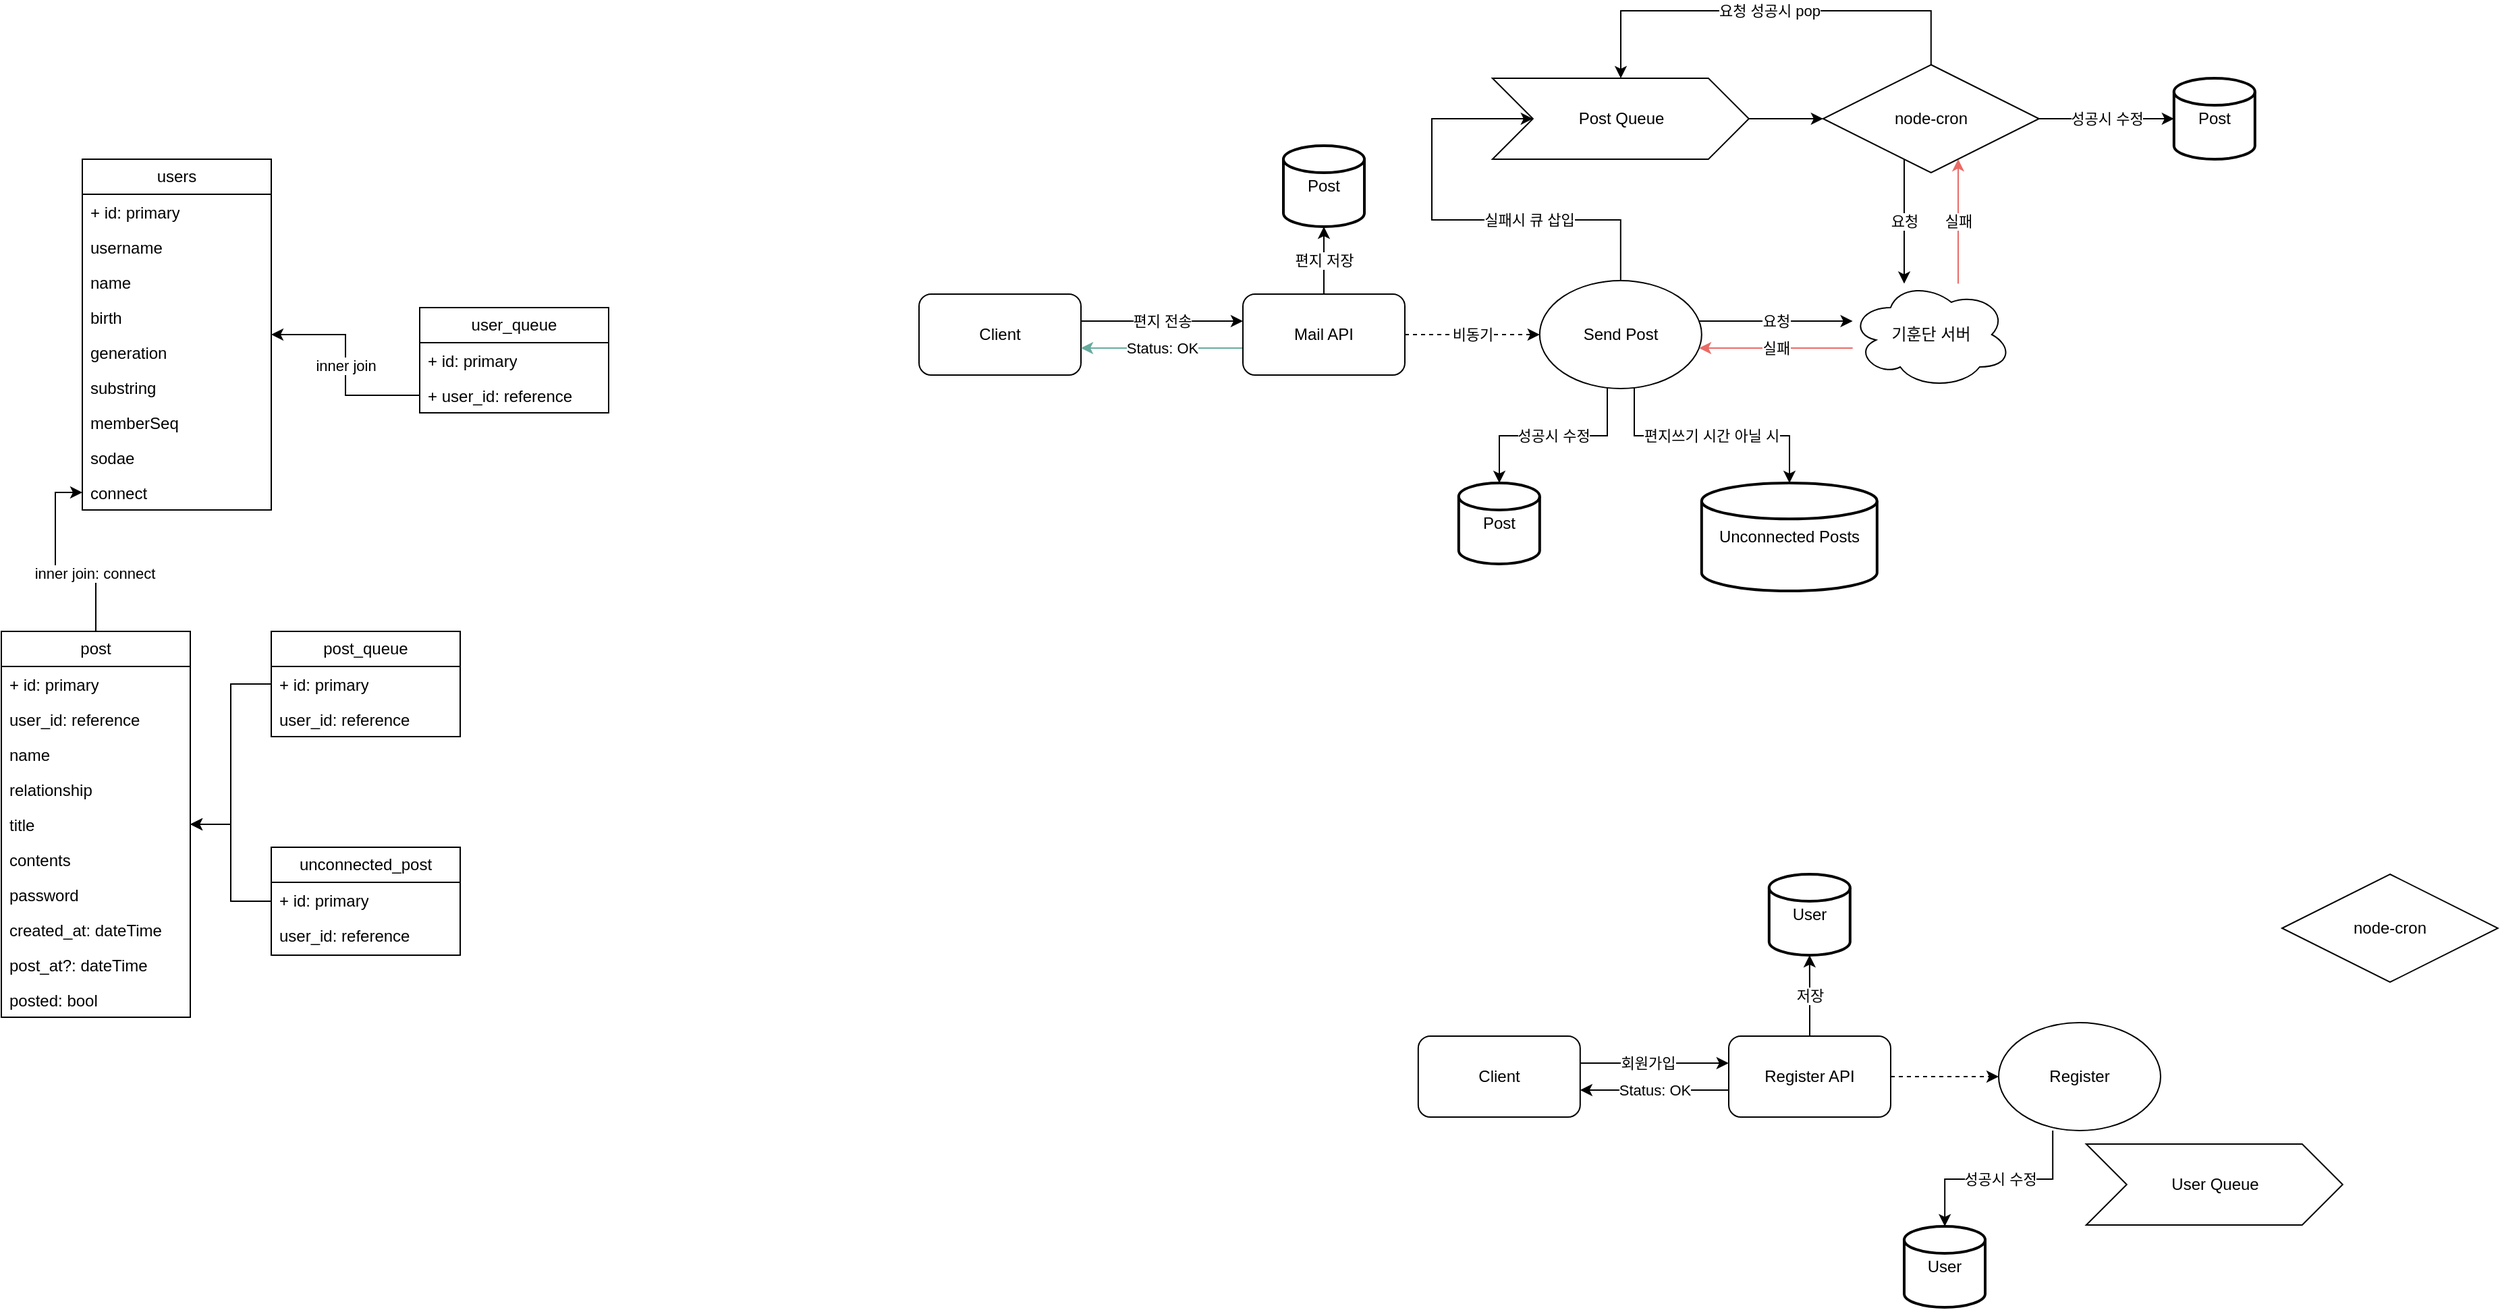
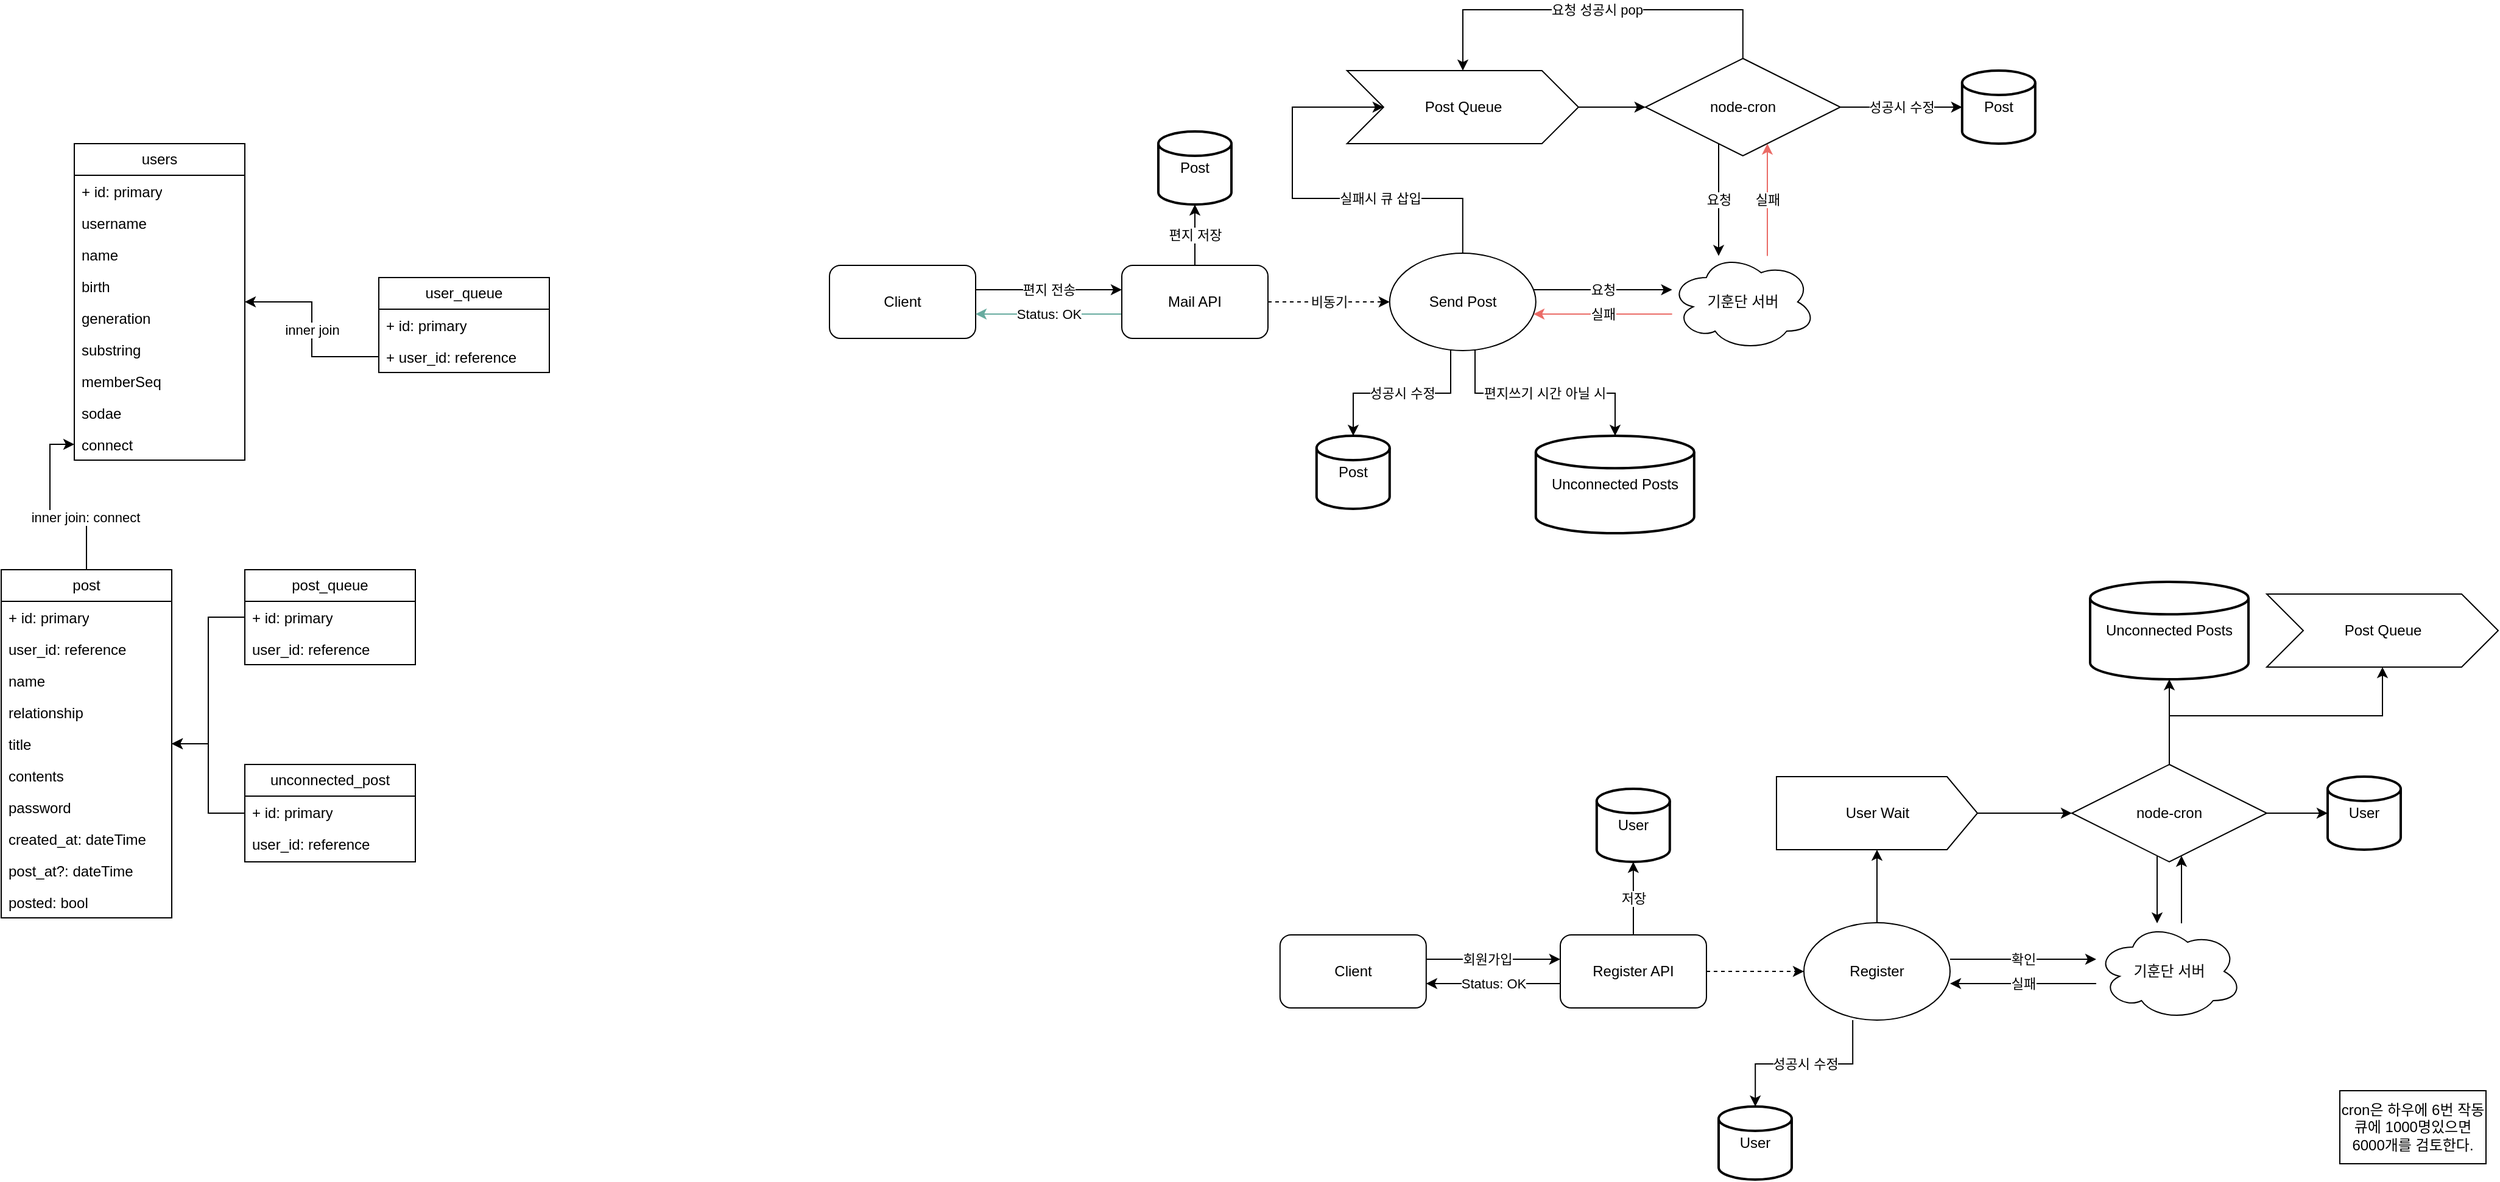
- <mxfile host="app.diagrams.net" modified="2024-04-08T14:36:32.061Z" agent="Mozilla/5.0 (X11; Linux x86_64) AppleWebKit/537.36 (KHTML, like Gecko) Chrome/109.0.0.0 Safari/537.36" etag="P0kEHfpWWUKo5fZqViwO" version="24.2.2" type="github">
+ <mxfile host="app.diagrams.net" modified="2024-04-08T14:46:49.970Z" agent="Mozilla/5.0 (X11; Linux x86_64) AppleWebKit/537.36 (KHTML, like Gecko) Chrome/109.0.0.0 Safari/537.36" etag="leBQNOESrOK4j2m4dF1L" version="24.2.2" type="github">
  <diagram name="페이지-1" id="YYIqQqlZSumYDMB_ZiYN">
    <mxGraphModel dx="1434" dy="776" grid="1" gridSize="10" guides="1" tooltips="1" connect="1" arrows="1" fold="1" page="1" pageScale="1" pageWidth="827" pageHeight="1169" math="0" shadow="0">
      <root>
        <mxCell id="0" />
        <mxCell id="1" parent="0" />
        <mxCell id="AZsRamwOxZUp80OkMe_C-2" value="users" style="swimlane;fontStyle=0;childLayout=stackLayout;horizontal=1;startSize=26;fillColor=none;horizontalStack=0;resizeParent=1;resizeParentMax=0;resizeLast=0;collapsible=1;marginBottom=0;whiteSpace=wrap;html=1;" parent="1" vertex="1">
          <mxGeometry x="140" y="250" width="140" height="260" as="geometry" />
        </mxCell>
        <mxCell id="AZsRamwOxZUp80OkMe_C-3" value="+ id: primary" style="text;strokeColor=none;fillColor=none;align=left;verticalAlign=top;spacingLeft=4;spacingRight=4;overflow=hidden;rotatable=0;points=[[0,0.5],[1,0.5]];portConstraint=eastwest;whiteSpace=wrap;html=1;" parent="AZsRamwOxZUp80OkMe_C-2" vertex="1">
          <mxGeometry y="26" width="140" height="26" as="geometry" />
        </mxCell>
        <mxCell id="AZsRamwOxZUp80OkMe_C-4" value="username" style="text;strokeColor=none;fillColor=none;align=left;verticalAlign=top;spacingLeft=4;spacingRight=4;overflow=hidden;rotatable=0;points=[[0,0.5],[1,0.5]];portConstraint=eastwest;whiteSpace=wrap;html=1;" parent="AZsRamwOxZUp80OkMe_C-2" vertex="1">
          <mxGeometry y="52" width="140" height="26" as="geometry" />
        </mxCell>
        <mxCell id="AZsRamwOxZUp80OkMe_C-5" value="name" style="text;strokeColor=none;fillColor=none;align=left;verticalAlign=top;spacingLeft=4;spacingRight=4;overflow=hidden;rotatable=0;points=[[0,0.5],[1,0.5]];portConstraint=eastwest;whiteSpace=wrap;html=1;" parent="AZsRamwOxZUp80OkMe_C-2" vertex="1">
          <mxGeometry y="78" width="140" height="26" as="geometry" />
        </mxCell>
        <mxCell id="AZsRamwOxZUp80OkMe_C-10" value="birth" style="text;strokeColor=none;fillColor=none;align=left;verticalAlign=top;spacingLeft=4;spacingRight=4;overflow=hidden;rotatable=0;points=[[0,0.5],[1,0.5]];portConstraint=eastwest;whiteSpace=wrap;html=1;" parent="AZsRamwOxZUp80OkMe_C-2" vertex="1">
          <mxGeometry y="104" width="140" height="26" as="geometry" />
        </mxCell>
        <mxCell id="AZsRamwOxZUp80OkMe_C-11" value="generation" style="text;strokeColor=none;fillColor=none;align=left;verticalAlign=top;spacingLeft=4;spacingRight=4;overflow=hidden;rotatable=0;points=[[0,0.5],[1,0.5]];portConstraint=eastwest;whiteSpace=wrap;html=1;" parent="AZsRamwOxZUp80OkMe_C-2" vertex="1">
          <mxGeometry y="130" width="140" height="26" as="geometry" />
        </mxCell>
        <mxCell id="AZsRamwOxZUp80OkMe_C-12" value="substring" style="text;strokeColor=none;fillColor=none;align=left;verticalAlign=top;spacingLeft=4;spacingRight=4;overflow=hidden;rotatable=0;points=[[0,0.5],[1,0.5]];portConstraint=eastwest;whiteSpace=wrap;html=1;" parent="AZsRamwOxZUp80OkMe_C-2" vertex="1">
          <mxGeometry y="156" width="140" height="26" as="geometry" />
        </mxCell>
        <mxCell id="AZsRamwOxZUp80OkMe_C-15" value="memberSeq" style="text;strokeColor=none;fillColor=none;align=left;verticalAlign=top;spacingLeft=4;spacingRight=4;overflow=hidden;rotatable=0;points=[[0,0.5],[1,0.5]];portConstraint=eastwest;whiteSpace=wrap;html=1;" parent="AZsRamwOxZUp80OkMe_C-2" vertex="1">
          <mxGeometry y="182" width="140" height="26" as="geometry" />
        </mxCell>
        <mxCell id="AZsRamwOxZUp80OkMe_C-14" value="sodae" style="text;strokeColor=none;fillColor=none;align=left;verticalAlign=top;spacingLeft=4;spacingRight=4;overflow=hidden;rotatable=0;points=[[0,0.5],[1,0.5]];portConstraint=eastwest;whiteSpace=wrap;html=1;" parent="AZsRamwOxZUp80OkMe_C-2" vertex="1">
          <mxGeometry y="208" width="140" height="26" as="geometry" />
        </mxCell>
        <mxCell id="AZsRamwOxZUp80OkMe_C-16" value="connect" style="text;strokeColor=none;fillColor=none;align=left;verticalAlign=top;spacingLeft=4;spacingRight=4;overflow=hidden;rotatable=0;points=[[0,0.5],[1,0.5]];portConstraint=eastwest;whiteSpace=wrap;html=1;" parent="AZsRamwOxZUp80OkMe_C-2" vertex="1">
          <mxGeometry y="234" width="140" height="26" as="geometry" />
        </mxCell>
        <mxCell id="AZsRamwOxZUp80OkMe_C-6" value="user_queue" style="swimlane;fontStyle=0;childLayout=stackLayout;horizontal=1;startSize=26;fillColor=none;horizontalStack=0;resizeParent=1;resizeParentMax=0;resizeLast=0;collapsible=1;marginBottom=0;whiteSpace=wrap;html=1;" parent="1" vertex="1">
          <mxGeometry x="390" y="360" width="140" height="78" as="geometry" />
        </mxCell>
        <mxCell id="AZsRamwOxZUp80OkMe_C-18" value="+ id: primary" style="text;strokeColor=none;fillColor=none;align=left;verticalAlign=top;spacingLeft=4;spacingRight=4;overflow=hidden;rotatable=0;points=[[0,0.5],[1,0.5]];portConstraint=eastwest;whiteSpace=wrap;html=1;" parent="AZsRamwOxZUp80OkMe_C-6" vertex="1">
          <mxGeometry y="26" width="140" height="26" as="geometry" />
        </mxCell>
        <mxCell id="AZsRamwOxZUp80OkMe_C-7" value="+ user_id: reference" style="text;strokeColor=none;fillColor=none;align=left;verticalAlign=top;spacingLeft=4;spacingRight=4;overflow=hidden;rotatable=0;points=[[0,0.5],[1,0.5]];portConstraint=eastwest;whiteSpace=wrap;html=1;" parent="AZsRamwOxZUp80OkMe_C-6" vertex="1">
          <mxGeometry y="52" width="140" height="26" as="geometry" />
        </mxCell>
        <mxCell id="AZsRamwOxZUp80OkMe_C-19" value="inner join" style="edgeStyle=orthogonalEdgeStyle;rounded=0;orthogonalLoop=1;jettySize=auto;html=1;" parent="1" source="AZsRamwOxZUp80OkMe_C-7" target="AZsRamwOxZUp80OkMe_C-2" edge="1">
          <mxGeometry relative="1" as="geometry" />
        </mxCell>
        <mxCell id="F6sanjwA14LKa2ckui42-2" style="edgeStyle=orthogonalEdgeStyle;rounded=0;orthogonalLoop=1;jettySize=auto;html=1;" parent="1" source="AZsRamwOxZUp80OkMe_C-20" target="AZsRamwOxZUp80OkMe_C-16" edge="1">
          <mxGeometry relative="1" as="geometry" />
        </mxCell>
        <mxCell id="F6sanjwA14LKa2ckui42-3" value="inner join: connect" style="edgeLabel;html=1;align=center;verticalAlign=middle;resizable=0;points=[];" parent="F6sanjwA14LKa2ckui42-2" vertex="1" connectable="0">
          <mxGeometry x="-0.4284" y="1" relative="1" as="geometry">
            <mxPoint as="offset" />
          </mxGeometry>
        </mxCell>
        <mxCell id="AZsRamwOxZUp80OkMe_C-20" value="post" style="swimlane;fontStyle=0;childLayout=stackLayout;horizontal=1;startSize=26;fillColor=none;horizontalStack=0;resizeParent=1;resizeParentMax=0;resizeLast=0;collapsible=1;marginBottom=0;whiteSpace=wrap;html=1;" parent="1" vertex="1">
          <mxGeometry x="80" y="600" width="140" height="286" as="geometry" />
        </mxCell>
        <mxCell id="AZsRamwOxZUp80OkMe_C-21" value="+ id: primary" style="text;strokeColor=none;fillColor=none;align=left;verticalAlign=top;spacingLeft=4;spacingRight=4;overflow=hidden;rotatable=0;points=[[0,0.5],[1,0.5]];portConstraint=eastwest;whiteSpace=wrap;html=1;" parent="AZsRamwOxZUp80OkMe_C-20" vertex="1">
          <mxGeometry y="26" width="140" height="26" as="geometry" />
        </mxCell>
        <mxCell id="AZsRamwOxZUp80OkMe_C-22" value="user_id: reference" style="text;strokeColor=none;fillColor=none;align=left;verticalAlign=top;spacingLeft=4;spacingRight=4;overflow=hidden;rotatable=0;points=[[0,0.5],[1,0.5]];portConstraint=eastwest;whiteSpace=wrap;html=1;" parent="AZsRamwOxZUp80OkMe_C-20" vertex="1">
          <mxGeometry y="52" width="140" height="26" as="geometry" />
        </mxCell>
        <mxCell id="AZsRamwOxZUp80OkMe_C-23" value="name" style="text;strokeColor=none;fillColor=none;align=left;verticalAlign=top;spacingLeft=4;spacingRight=4;overflow=hidden;rotatable=0;points=[[0,0.5],[1,0.5]];portConstraint=eastwest;whiteSpace=wrap;html=1;" parent="AZsRamwOxZUp80OkMe_C-20" vertex="1">
          <mxGeometry y="78" width="140" height="26" as="geometry" />
        </mxCell>
        <mxCell id="AZsRamwOxZUp80OkMe_C-24" value="relationship" style="text;strokeColor=none;fillColor=none;align=left;verticalAlign=top;spacingLeft=4;spacingRight=4;overflow=hidden;rotatable=0;points=[[0,0.5],[1,0.5]];portConstraint=eastwest;whiteSpace=wrap;html=1;" parent="AZsRamwOxZUp80OkMe_C-20" vertex="1">
          <mxGeometry y="104" width="140" height="26" as="geometry" />
        </mxCell>
        <mxCell id="AZsRamwOxZUp80OkMe_C-25" value="title" style="text;strokeColor=none;fillColor=none;align=left;verticalAlign=top;spacingLeft=4;spacingRight=4;overflow=hidden;rotatable=0;points=[[0,0.5],[1,0.5]];portConstraint=eastwest;whiteSpace=wrap;html=1;" parent="AZsRamwOxZUp80OkMe_C-20" vertex="1">
          <mxGeometry y="130" width="140" height="26" as="geometry" />
        </mxCell>
        <mxCell id="AZsRamwOxZUp80OkMe_C-26" value="contents" style="text;strokeColor=none;fillColor=none;align=left;verticalAlign=top;spacingLeft=4;spacingRight=4;overflow=hidden;rotatable=0;points=[[0,0.5],[1,0.5]];portConstraint=eastwest;whiteSpace=wrap;html=1;" parent="AZsRamwOxZUp80OkMe_C-20" vertex="1">
          <mxGeometry y="156" width="140" height="26" as="geometry" />
        </mxCell>
        <mxCell id="AZsRamwOxZUp80OkMe_C-27" value="password" style="text;strokeColor=none;fillColor=none;align=left;verticalAlign=top;spacingLeft=4;spacingRight=4;overflow=hidden;rotatable=0;points=[[0,0.5],[1,0.5]];portConstraint=eastwest;whiteSpace=wrap;html=1;" parent="AZsRamwOxZUp80OkMe_C-20" vertex="1">
          <mxGeometry y="182" width="140" height="26" as="geometry" />
        </mxCell>
        <mxCell id="AZsRamwOxZUp80OkMe_C-28" value="created_at: dateTime" style="text;strokeColor=none;fillColor=none;align=left;verticalAlign=top;spacingLeft=4;spacingRight=4;overflow=hidden;rotatable=0;points=[[0,0.5],[1,0.5]];portConstraint=eastwest;whiteSpace=wrap;html=1;" parent="AZsRamwOxZUp80OkMe_C-20" vertex="1">
          <mxGeometry y="208" width="140" height="26" as="geometry" />
        </mxCell>
        <mxCell id="AZsRamwOxZUp80OkMe_C-41" value="post_at?: dateTime" style="text;strokeColor=none;fillColor=none;align=left;verticalAlign=top;spacingLeft=4;spacingRight=4;overflow=hidden;rotatable=0;points=[[0,0.5],[1,0.5]];portConstraint=eastwest;whiteSpace=wrap;html=1;" parent="AZsRamwOxZUp80OkMe_C-20" vertex="1">
          <mxGeometry y="234" width="140" height="26" as="geometry" />
        </mxCell>
        <mxCell id="AZsRamwOxZUp80OkMe_C-42" value="posted: bool" style="text;strokeColor=none;fillColor=none;align=left;verticalAlign=top;spacingLeft=4;spacingRight=4;overflow=hidden;rotatable=0;points=[[0,0.5],[1,0.5]];portConstraint=eastwest;whiteSpace=wrap;html=1;" parent="AZsRamwOxZUp80OkMe_C-20" vertex="1">
          <mxGeometry y="260" width="140" height="26" as="geometry" />
        </mxCell>
        <mxCell id="F6sanjwA14LKa2ckui42-4" style="edgeStyle=orthogonalEdgeStyle;rounded=0;orthogonalLoop=1;jettySize=auto;html=1;" parent="1" source="AZsRamwOxZUp80OkMe_C-30" target="AZsRamwOxZUp80OkMe_C-20" edge="1">
          <mxGeometry relative="1" as="geometry" />
        </mxCell>
        <mxCell id="AZsRamwOxZUp80OkMe_C-30" value="post_queue" style="swimlane;fontStyle=0;childLayout=stackLayout;horizontal=1;startSize=26;fillColor=none;horizontalStack=0;resizeParent=1;resizeParentMax=0;resizeLast=0;collapsible=1;marginBottom=0;whiteSpace=wrap;html=1;" parent="1" vertex="1">
          <mxGeometry x="280" y="600" width="140" height="78" as="geometry" />
        </mxCell>
        <mxCell id="AZsRamwOxZUp80OkMe_C-31" value="+ id: primary" style="text;strokeColor=none;fillColor=none;align=left;verticalAlign=top;spacingLeft=4;spacingRight=4;overflow=hidden;rotatable=0;points=[[0,0.5],[1,0.5]];portConstraint=eastwest;whiteSpace=wrap;html=1;" parent="AZsRamwOxZUp80OkMe_C-30" vertex="1">
          <mxGeometry y="26" width="140" height="26" as="geometry" />
        </mxCell>
        <mxCell id="AZsRamwOxZUp80OkMe_C-32" value="user_id: reference" style="text;strokeColor=none;fillColor=none;align=left;verticalAlign=top;spacingLeft=4;spacingRight=4;overflow=hidden;rotatable=0;points=[[0,0.5],[1,0.5]];portConstraint=eastwest;whiteSpace=wrap;html=1;" parent="AZsRamwOxZUp80OkMe_C-30" vertex="1">
          <mxGeometry y="52" width="140" height="26" as="geometry" />
        </mxCell>
        <mxCell id="F6sanjwA14LKa2ckui42-5" style="edgeStyle=orthogonalEdgeStyle;rounded=0;orthogonalLoop=1;jettySize=auto;html=1;" parent="1" source="AZsRamwOxZUp80OkMe_C-46" target="AZsRamwOxZUp80OkMe_C-20" edge="1">
          <mxGeometry relative="1" as="geometry" />
        </mxCell>
        <mxCell id="AZsRamwOxZUp80OkMe_C-46" value="unconnected_post" style="swimlane;fontStyle=0;childLayout=stackLayout;horizontal=1;startSize=26;fillColor=none;horizontalStack=0;resizeParent=1;resizeParentMax=0;resizeLast=0;collapsible=1;marginBottom=0;whiteSpace=wrap;html=1;" parent="1" vertex="1">
          <mxGeometry x="280" y="760" width="140" height="80" as="geometry" />
        </mxCell>
        <mxCell id="AZsRamwOxZUp80OkMe_C-47" value="+ id: primary" style="text;strokeColor=none;fillColor=none;align=left;verticalAlign=top;spacingLeft=4;spacingRight=4;overflow=hidden;rotatable=0;points=[[0,0.5],[1,0.5]];portConstraint=eastwest;whiteSpace=wrap;html=1;" parent="AZsRamwOxZUp80OkMe_C-46" vertex="1">
          <mxGeometry y="26" width="140" height="26" as="geometry" />
        </mxCell>
        <mxCell id="AZsRamwOxZUp80OkMe_C-48" value="user_id: reference" style="text;strokeColor=none;fillColor=none;align=left;verticalAlign=top;spacingLeft=4;spacingRight=4;overflow=hidden;rotatable=0;points=[[0,0.5],[1,0.5]];portConstraint=eastwest;whiteSpace=wrap;html=1;" parent="AZsRamwOxZUp80OkMe_C-46" vertex="1">
          <mxGeometry y="52" width="140" height="28" as="geometry" />
        </mxCell>
        <mxCell id="TXcI-fBlLuWAS2TPfB02-3" value="요청" style="edgeStyle=orthogonalEdgeStyle;rounded=0;orthogonalLoop=1;jettySize=auto;html=1;" edge="1" parent="1" source="TXcI-fBlLuWAS2TPfB02-1" target="TXcI-fBlLuWAS2TPfB02-2">
          <mxGeometry relative="1" as="geometry">
            <Array as="points">
              <mxPoint x="1389.91" y="370" />
              <mxPoint x="1389.91" y="370" />
            </Array>
          </mxGeometry>
        </mxCell>
        <mxCell id="TXcI-fBlLuWAS2TPfB02-5" value="" style="edgeStyle=orthogonalEdgeStyle;rounded=0;orthogonalLoop=1;jettySize=auto;html=1;entryX=0;entryY=0.5;entryDx=30;entryDy=0;entryPerimeter=0;curved=0;" edge="1" parent="1" source="TXcI-fBlLuWAS2TPfB02-1" target="TXcI-fBlLuWAS2TPfB02-9">
          <mxGeometry relative="1" as="geometry">
            <mxPoint x="1279.91" y="280" as="targetPoint" />
            <Array as="points">
              <mxPoint x="1280" y="295" />
              <mxPoint x="1140" y="295" />
              <mxPoint x="1140" y="220" />
            </Array>
          </mxGeometry>
        </mxCell>
        <mxCell id="TXcI-fBlLuWAS2TPfB02-33" value="실패시 큐 삽입" style="edgeLabel;html=1;align=center;verticalAlign=middle;resizable=0;points=[];" vertex="1" connectable="0" parent="TXcI-fBlLuWAS2TPfB02-5">
          <mxGeometry x="-0.3238" relative="1" as="geometry">
            <mxPoint as="offset" />
          </mxGeometry>
        </mxCell>
        <mxCell id="TXcI-fBlLuWAS2TPfB02-31" value="성공시 수정" style="edgeStyle=orthogonalEdgeStyle;rounded=0;orthogonalLoop=1;jettySize=auto;html=1;" edge="1" parent="1" source="TXcI-fBlLuWAS2TPfB02-1" target="TXcI-fBlLuWAS2TPfB02-29">
          <mxGeometry relative="1" as="geometry">
            <Array as="points">
              <mxPoint x="1270" y="455" />
              <mxPoint x="1190" y="455" />
            </Array>
          </mxGeometry>
        </mxCell>
        <mxCell id="TXcI-fBlLuWAS2TPfB02-51" value="편지쓰기 시간 아닐 시" style="edgeStyle=orthogonalEdgeStyle;rounded=0;orthogonalLoop=1;jettySize=auto;html=1;" edge="1" parent="1" source="TXcI-fBlLuWAS2TPfB02-1" target="TXcI-fBlLuWAS2TPfB02-50">
          <mxGeometry relative="1" as="geometry">
            <Array as="points">
              <mxPoint x="1290" y="455" />
              <mxPoint x="1405" y="455" />
            </Array>
          </mxGeometry>
        </mxCell>
        <mxCell id="TXcI-fBlLuWAS2TPfB02-1" value="Send Post" style="ellipse;whiteSpace=wrap;html=1;" vertex="1" parent="1">
          <mxGeometry x="1219.91" y="340" width="120" height="80" as="geometry" />
        </mxCell>
        <mxCell id="TXcI-fBlLuWAS2TPfB02-6" value="실패" style="edgeStyle=orthogonalEdgeStyle;rounded=0;orthogonalLoop=1;jettySize=auto;html=1;strokeColor=#EA6B66;" edge="1" parent="1" source="TXcI-fBlLuWAS2TPfB02-2" target="TXcI-fBlLuWAS2TPfB02-1">
          <mxGeometry relative="1" as="geometry">
            <Array as="points">
              <mxPoint x="1389.91" y="390" />
              <mxPoint x="1389.91" y="390" />
            </Array>
          </mxGeometry>
        </mxCell>
        <mxCell id="TXcI-fBlLuWAS2TPfB02-35" value="실패" style="edgeStyle=orthogonalEdgeStyle;rounded=0;orthogonalLoop=1;jettySize=auto;html=1;strokeColor=#EA6B66;" edge="1" parent="1" source="TXcI-fBlLuWAS2TPfB02-2" target="TXcI-fBlLuWAS2TPfB02-27">
          <mxGeometry relative="1" as="geometry">
            <Array as="points">
              <mxPoint x="1530" y="300" />
              <mxPoint x="1530" y="300" />
            </Array>
          </mxGeometry>
        </mxCell>
        <mxCell id="TXcI-fBlLuWAS2TPfB02-2" value="기훈단 서버" style="ellipse;shape=cloud;whiteSpace=wrap;html=1;" vertex="1" parent="1">
          <mxGeometry x="1449.91" y="340" width="120" height="80" as="geometry" />
        </mxCell>
        <mxCell id="TXcI-fBlLuWAS2TPfB02-11" style="edgeStyle=orthogonalEdgeStyle;rounded=0;orthogonalLoop=1;jettySize=auto;html=1;" edge="1" parent="1" source="TXcI-fBlLuWAS2TPfB02-9" target="TXcI-fBlLuWAS2TPfB02-27">
          <mxGeometry relative="1" as="geometry">
            <mxPoint x="1449.9099999999999" y="220" as="targetPoint" />
            <Array as="points" />
          </mxGeometry>
        </mxCell>
        <mxCell id="TXcI-fBlLuWAS2TPfB02-9" value="Post Queue" style="html=1;shadow=0;dashed=0;align=center;verticalAlign=middle;shape=mxgraph.arrows2.arrow;dy=0;dx=30;notch=30;" vertex="1" parent="1">
          <mxGeometry x="1184.91" y="190" width="190" height="60" as="geometry" />
        </mxCell>
        <mxCell id="TXcI-fBlLuWAS2TPfB02-13" value="요청" style="edgeStyle=orthogonalEdgeStyle;rounded=0;orthogonalLoop=1;jettySize=auto;html=1;" edge="1" parent="1" source="TXcI-fBlLuWAS2TPfB02-27" target="TXcI-fBlLuWAS2TPfB02-2">
          <mxGeometry relative="1" as="geometry">
            <mxPoint x="1509.9099999999999" y="250" as="sourcePoint" />
            <Array as="points">
              <mxPoint x="1490" y="290" />
              <mxPoint x="1490" y="290" />
            </Array>
          </mxGeometry>
        </mxCell>
        <mxCell id="TXcI-fBlLuWAS2TPfB02-15" value="성공시 수정" style="edgeStyle=orthogonalEdgeStyle;rounded=0;orthogonalLoop=1;jettySize=auto;html=1;" edge="1" parent="1" source="TXcI-fBlLuWAS2TPfB02-27" target="TXcI-fBlLuWAS2TPfB02-14">
          <mxGeometry relative="1" as="geometry">
            <mxPoint x="1569.9099999999999" y="220" as="sourcePoint" />
            <Array as="points" />
          </mxGeometry>
        </mxCell>
        <mxCell id="TXcI-fBlLuWAS2TPfB02-14" value="Post" style="strokeWidth=2;html=1;shape=mxgraph.flowchart.database;whiteSpace=wrap;" vertex="1" parent="1">
          <mxGeometry x="1689.91" y="190" width="60" height="60" as="geometry" />
        </mxCell>
        <mxCell id="TXcI-fBlLuWAS2TPfB02-21" value="편지 전송" style="edgeStyle=orthogonalEdgeStyle;rounded=0;orthogonalLoop=1;jettySize=auto;html=1;" edge="1" parent="1" source="TXcI-fBlLuWAS2TPfB02-19" target="TXcI-fBlLuWAS2TPfB02-22">
          <mxGeometry relative="1" as="geometry">
            <mxPoint x="970" y="380" as="targetPoint" />
            <Array as="points">
              <mxPoint x="960" y="370" />
              <mxPoint x="960" y="370" />
            </Array>
          </mxGeometry>
        </mxCell>
        <mxCell id="TXcI-fBlLuWAS2TPfB02-19" value="Client" style="rounded=1;whiteSpace=wrap;html=1;" vertex="1" parent="1">
          <mxGeometry x="760" y="350" width="120" height="60" as="geometry" />
        </mxCell>
        <mxCell id="TXcI-fBlLuWAS2TPfB02-20" value="Post" style="strokeWidth=2;html=1;shape=mxgraph.flowchart.database;whiteSpace=wrap;" vertex="1" parent="1">
          <mxGeometry x="1030" y="240" width="60" height="60" as="geometry" />
        </mxCell>
        <mxCell id="TXcI-fBlLuWAS2TPfB02-23" value="편지 저장" style="edgeStyle=orthogonalEdgeStyle;rounded=0;orthogonalLoop=1;jettySize=auto;html=1;" edge="1" parent="1" source="TXcI-fBlLuWAS2TPfB02-22" target="TXcI-fBlLuWAS2TPfB02-20">
          <mxGeometry relative="1" as="geometry" />
        </mxCell>
        <mxCell id="TXcI-fBlLuWAS2TPfB02-24" value="비동기" style="edgeStyle=orthogonalEdgeStyle;rounded=0;orthogonalLoop=1;jettySize=auto;html=1;dashed=1;" edge="1" parent="1" source="TXcI-fBlLuWAS2TPfB02-22" target="TXcI-fBlLuWAS2TPfB02-1">
          <mxGeometry relative="1" as="geometry" />
        </mxCell>
        <mxCell id="TXcI-fBlLuWAS2TPfB02-26" value="Status: OK" style="edgeStyle=orthogonalEdgeStyle;rounded=0;orthogonalLoop=1;jettySize=auto;html=1;strokeColor=#67AB9F;" edge="1" parent="1" source="TXcI-fBlLuWAS2TPfB02-22" target="TXcI-fBlLuWAS2TPfB02-19">
          <mxGeometry relative="1" as="geometry">
            <Array as="points">
              <mxPoint x="960" y="390" />
              <mxPoint x="960" y="390" />
            </Array>
          </mxGeometry>
        </mxCell>
        <mxCell id="TXcI-fBlLuWAS2TPfB02-22" value="Mail API" style="rounded=1;whiteSpace=wrap;html=1;" vertex="1" parent="1">
          <mxGeometry x="1000" y="350" width="120" height="60" as="geometry" />
        </mxCell>
        <mxCell id="TXcI-fBlLuWAS2TPfB02-37" value="요청 성공시 pop" style="edgeStyle=orthogonalEdgeStyle;rounded=0;orthogonalLoop=1;jettySize=auto;html=1;" edge="1" parent="1" source="TXcI-fBlLuWAS2TPfB02-27" target="TXcI-fBlLuWAS2TPfB02-9">
          <mxGeometry relative="1" as="geometry">
            <Array as="points">
              <mxPoint x="1510" y="140" />
              <mxPoint x="1280" y="140" />
            </Array>
          </mxGeometry>
        </mxCell>
        <mxCell id="TXcI-fBlLuWAS2TPfB02-27" value="node-cron" style="rhombus;whiteSpace=wrap;html=1;" vertex="1" parent="1">
          <mxGeometry x="1429.91" y="180" width="160" height="80" as="geometry" />
        </mxCell>
        <mxCell id="TXcI-fBlLuWAS2TPfB02-29" value="Post" style="strokeWidth=2;html=1;shape=mxgraph.flowchart.database;whiteSpace=wrap;" vertex="1" parent="1">
          <mxGeometry x="1159.91" y="490" width="60" height="60" as="geometry" />
        </mxCell>
        <mxCell id="TXcI-fBlLuWAS2TPfB02-50" value="&lt;span style=&quot;white-space: nowrap;&quot;&gt;Unconnected Posts&lt;/span&gt;" style="strokeWidth=2;html=1;shape=mxgraph.flowchart.database;whiteSpace=wrap;" vertex="1" parent="1">
          <mxGeometry x="1339.91" y="490" width="130" height="80" as="geometry" />
        </mxCell>
        <mxCell id="TXcI-fBlLuWAS2TPfB02-55" value="&lt;span style=&quot;color: rgb(0, 0, 0); font-family: Helvetica; font-size: 11px; font-style: normal; font-variant-ligatures: normal; font-variant-caps: normal; font-weight: 400; letter-spacing: normal; orphans: 2; text-align: center; text-indent: 0px; text-transform: none; white-space: nowrap; widows: 2; word-spacing: 0px; -webkit-text-stroke-width: 0px; background-color: rgb(255, 255, 255); text-decoration-thickness: initial; text-decoration-style: initial; text-decoration-color: initial; display: inline !important; float: none;&quot;&gt;회원가입&lt;/span&gt;" style="edgeStyle=orthogonalEdgeStyle;rounded=0;orthogonalLoop=1;jettySize=auto;html=1;" edge="1" parent="1">
          <mxGeometry x="-0.0893" relative="1" as="geometry">
            <mxPoint x="1249.91" y="920" as="sourcePoint" />
            <mxPoint x="1359.91" y="920" as="targetPoint" />
            <mxPoint as="offset" />
          </mxGeometry>
        </mxCell>
        <mxCell id="TXcI-fBlLuWAS2TPfB02-53" value="Client" style="rounded=1;whiteSpace=wrap;html=1;" vertex="1" parent="1">
          <mxGeometry x="1129.91" y="900" width="120" height="60" as="geometry" />
        </mxCell>
        <mxCell id="TXcI-fBlLuWAS2TPfB02-57" style="edgeStyle=orthogonalEdgeStyle;rounded=0;orthogonalLoop=1;jettySize=auto;html=1;dashed=1;" edge="1" parent="1" source="TXcI-fBlLuWAS2TPfB02-54" target="TXcI-fBlLuWAS2TPfB02-56">
          <mxGeometry relative="1" as="geometry" />
        </mxCell>
        <mxCell id="TXcI-fBlLuWAS2TPfB02-59" value="Status: OK" style="edgeStyle=orthogonalEdgeStyle;rounded=0;orthogonalLoop=1;jettySize=auto;html=1;" edge="1" parent="1">
          <mxGeometry relative="1" as="geometry">
            <mxPoint x="1360" y="940" as="sourcePoint" />
            <mxPoint x="1249.9100000000003" y="940" as="targetPoint" />
          </mxGeometry>
        </mxCell>
        <mxCell id="TXcI-fBlLuWAS2TPfB02-65" value="저장" style="edgeStyle=orthogonalEdgeStyle;rounded=0;orthogonalLoop=1;jettySize=auto;html=1;" edge="1" parent="1" source="TXcI-fBlLuWAS2TPfB02-54" target="TXcI-fBlLuWAS2TPfB02-64">
          <mxGeometry relative="1" as="geometry" />
        </mxCell>
        <mxCell id="TXcI-fBlLuWAS2TPfB02-54" value="Register API" style="rounded=1;whiteSpace=wrap;html=1;" vertex="1" parent="1">
          <mxGeometry x="1360" y="900" width="120" height="60" as="geometry" />
        </mxCell>
+         <mxCell id="TXcI-fBlLuWAS2TPfB02-67" value="확인" style="edgeStyle=orthogonalEdgeStyle;rounded=0;orthogonalLoop=1;jettySize=auto;html=1;" edge="1" parent="1">
+           <mxGeometry relative="1" as="geometry">
+             <mxPoint x="1680" y="920" as="sourcePoint" />
+             <mxPoint x="1800" y="920" as="targetPoint" />
+           </mxGeometry>
+         </mxCell>
+         <mxCell id="TXcI-fBlLuWAS2TPfB02-69" style="edgeStyle=orthogonalEdgeStyle;rounded=0;orthogonalLoop=1;jettySize=auto;html=1;" edge="1" parent="1" source="TXcI-fBlLuWAS2TPfB02-56" target="TXcI-fBlLuWAS2TPfB02-61">
+           <mxGeometry relative="1" as="geometry" />
+         </mxCell>
        <mxCell id="TXcI-fBlLuWAS2TPfB02-56" value="Register" style="ellipse;whiteSpace=wrap;html=1;" vertex="1" parent="1">
          <mxGeometry x="1560" y="890" width="120" height="80" as="geometry" />
        </mxCell>
+         <mxCell id="TXcI-fBlLuWAS2TPfB02-73" style="edgeStyle=orthogonalEdgeStyle;rounded=0;orthogonalLoop=1;jettySize=auto;html=1;" edge="1" parent="1" source="TXcI-fBlLuWAS2TPfB02-60" target="TXcI-fBlLuWAS2TPfB02-72">
+           <mxGeometry relative="1" as="geometry" />
+         </mxCell>
+         <mxCell id="TXcI-fBlLuWAS2TPfB02-74" style="edgeStyle=orthogonalEdgeStyle;rounded=0;orthogonalLoop=1;jettySize=auto;html=1;" edge="1" parent="1" source="TXcI-fBlLuWAS2TPfB02-60" target="TXcI-fBlLuWAS2TPfB02-66">
+           <mxGeometry relative="1" as="geometry">
+             <Array as="points">
+               <mxPoint x="1850" y="860" />
+               <mxPoint x="1850" y="860" />
+             </Array>
+           </mxGeometry>
+         </mxCell>
+         <mxCell id="TXcI-fBlLuWAS2TPfB02-77" style="edgeStyle=orthogonalEdgeStyle;rounded=0;orthogonalLoop=1;jettySize=auto;html=1;" edge="1" parent="1" source="TXcI-fBlLuWAS2TPfB02-60" target="TXcI-fBlLuWAS2TPfB02-76">
+           <mxGeometry relative="1" as="geometry" />
+         </mxCell>
+         <mxCell id="TXcI-fBlLuWAS2TPfB02-79" style="edgeStyle=orthogonalEdgeStyle;rounded=0;orthogonalLoop=1;jettySize=auto;html=1;" edge="1" parent="1" source="TXcI-fBlLuWAS2TPfB02-60" target="TXcI-fBlLuWAS2TPfB02-78">
+           <mxGeometry relative="1" as="geometry" />
+         </mxCell>
        <mxCell id="TXcI-fBlLuWAS2TPfB02-60" value="node-cron" style="rhombus;whiteSpace=wrap;html=1;" vertex="1" parent="1">
-           <mxGeometry x="1770" y="780" width="160" height="80" as="geometry" />
-         </mxCell>
-         <mxCell id="TXcI-fBlLuWAS2TPfB02-61" value="User Queue" style="html=1;shadow=0;dashed=0;align=center;verticalAlign=middle;shape=mxgraph.arrows2.arrow;dy=0;dx=30;notch=30;" vertex="1" parent="1">
-           <mxGeometry x="1624.91" y="980" width="190" height="60" as="geometry" />
+           <mxGeometry x="1780" y="760" width="160" height="80" as="geometry" />
+         </mxCell>
+         <mxCell id="TXcI-fBlLuWAS2TPfB02-71" style="edgeStyle=orthogonalEdgeStyle;rounded=0;orthogonalLoop=1;jettySize=auto;html=1;" edge="1" parent="1" source="TXcI-fBlLuWAS2TPfB02-61" target="TXcI-fBlLuWAS2TPfB02-60">
+           <mxGeometry relative="1" as="geometry" />
+         </mxCell>
+         <mxCell id="TXcI-fBlLuWAS2TPfB02-61" value="User Wait" style="html=1;shadow=0;dashed=0;align=center;verticalAlign=middle;shape=mxgraph.arrows2.arrow;dy=0;dx=25;notch=0;" vertex="1" parent="1">
+           <mxGeometry x="1537.5" y="770" width="165" height="60" as="geometry" />
        </mxCell>
        <mxCell id="TXcI-fBlLuWAS2TPfB02-62" value="성공시 수정" style="edgeStyle=orthogonalEdgeStyle;rounded=0;orthogonalLoop=1;jettySize=auto;html=1;" edge="1" parent="1" target="TXcI-fBlLuWAS2TPfB02-63">
          <mxGeometry relative="1" as="geometry">
            <mxPoint x="1600.09" y="970" as="sourcePoint" />
            <Array as="points">
              <mxPoint x="1600.09" y="1006" />
              <mxPoint x="1520.09" y="1006" />
            </Array>
          </mxGeometry>
        </mxCell>
        <mxCell id="TXcI-fBlLuWAS2TPfB02-63" value="User" style="strokeWidth=2;html=1;shape=mxgraph.flowchart.database;whiteSpace=wrap;" vertex="1" parent="1">
          <mxGeometry x="1490" y="1041" width="60" height="60" as="geometry" />
        </mxCell>
        <mxCell id="TXcI-fBlLuWAS2TPfB02-64" value="User" style="strokeWidth=2;html=1;shape=mxgraph.flowchart.database;whiteSpace=wrap;" vertex="1" parent="1">
          <mxGeometry x="1389.91" y="780" width="60" height="60" as="geometry" />
+         </mxCell>
+         <mxCell id="TXcI-fBlLuWAS2TPfB02-68" value="실패" style="edgeStyle=orthogonalEdgeStyle;rounded=0;orthogonalLoop=1;jettySize=auto;html=1;" edge="1" parent="1">
+           <mxGeometry relative="1" as="geometry">
+             <mxPoint x="1800" y="940" as="sourcePoint" />
+             <mxPoint x="1680" y="940" as="targetPoint" />
+           </mxGeometry>
+         </mxCell>
+         <mxCell id="TXcI-fBlLuWAS2TPfB02-75" style="edgeStyle=orthogonalEdgeStyle;rounded=0;orthogonalLoop=1;jettySize=auto;html=1;" edge="1" parent="1" source="TXcI-fBlLuWAS2TPfB02-66" target="TXcI-fBlLuWAS2TPfB02-60">
+           <mxGeometry relative="1" as="geometry">
+             <Array as="points">
+               <mxPoint x="1870" y="870" />
+               <mxPoint x="1870" y="870" />
+             </Array>
+           </mxGeometry>
+         </mxCell>
+         <mxCell id="TXcI-fBlLuWAS2TPfB02-66" value="기훈단 서버" style="ellipse;shape=cloud;whiteSpace=wrap;html=1;" vertex="1" parent="1">
+           <mxGeometry x="1800" y="890" width="120" height="80" as="geometry" />
+         </mxCell>
+         <mxCell id="TXcI-fBlLuWAS2TPfB02-72" value="&lt;span style=&quot;white-space: nowrap;&quot;&gt;Unconnected Posts&lt;/span&gt;" style="strokeWidth=2;html=1;shape=mxgraph.flowchart.database;whiteSpace=wrap;" vertex="1" parent="1">
+           <mxGeometry x="1795" y="610" width="130" height="80" as="geometry" />
+         </mxCell>
+         <mxCell id="TXcI-fBlLuWAS2TPfB02-76" value="Post Queue" style="html=1;shadow=0;dashed=0;align=center;verticalAlign=middle;shape=mxgraph.arrows2.arrow;dy=0;dx=30;notch=30;" vertex="1" parent="1">
+           <mxGeometry x="1940" y="620" width="190" height="60" as="geometry" />
+         </mxCell>
+         <mxCell id="TXcI-fBlLuWAS2TPfB02-78" value="User" style="strokeWidth=2;html=1;shape=mxgraph.flowchart.database;whiteSpace=wrap;" vertex="1" parent="1">
+           <mxGeometry x="1990" y="770" width="60" height="60" as="geometry" />
+         </mxCell>
+         <mxCell id="TXcI-fBlLuWAS2TPfB02-81" value="cron은 하우에 6번 작동&lt;div&gt;큐에 1000명있으면&lt;/div&gt;&lt;div&gt;6000개를 검토한다.&lt;/div&gt;" style="whiteSpace=wrap;html=1;" vertex="1" parent="1">
+           <mxGeometry x="2000" y="1028" width="120" height="60" as="geometry" />
        </mxCell>
      </root>
    </mxGraphModel>
  </diagram>
</mxfile>
